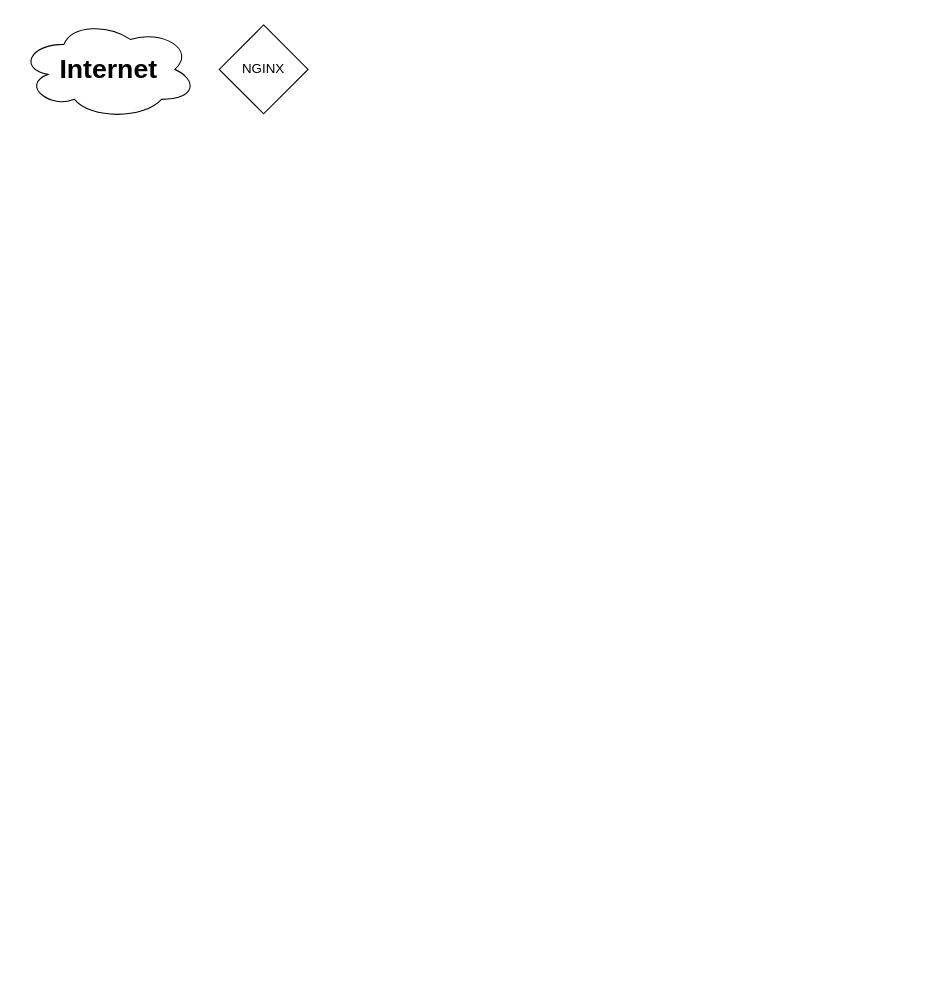
The draw.io diagram trackerr.drawio in icheglakov/diagrams_, before the edit. Source tidied: cells renumbered, new cells numbered last; positions are measured from the earlier drawing's top-left corner, leaving out a move shared by most shapes. Both pictures are drawn from the tidied source at 111%, with x=0, y=0 at pixel (19, 19).
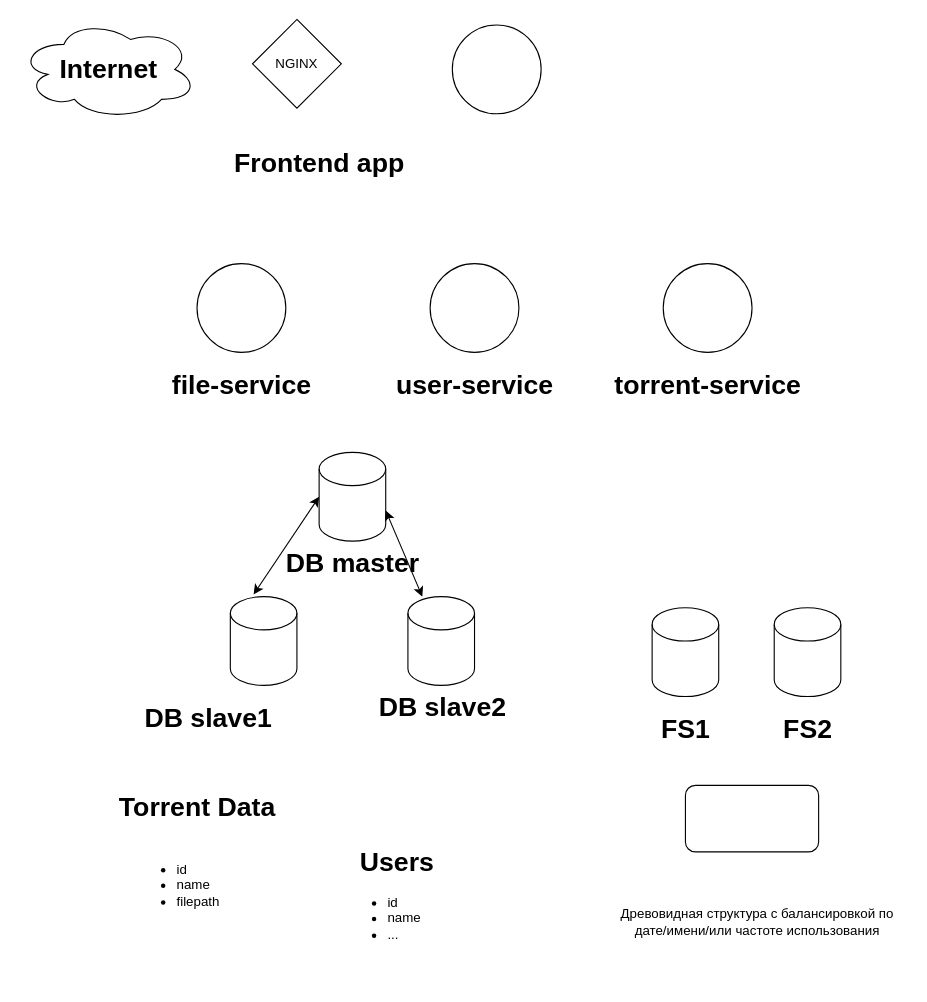
The same page after the edit.

Change to the diagram source:
```diff
@@
     <mxCell id="4" value="NGINX" style="rhombus;whiteSpace=wrap;html=1;" parent="1" vertex="1">
-      <mxGeometry x="180" y="5" width="80" height="80" as="geometry" />
+      <mxGeometry x="210" width="80" height="80" as="geometry" />
     </mxCell>
+    <mxCell id="5" style="shape=cylinder3;whiteSpace=wrap;html=1;boundedLbl=1;backgroundOutline=1;size=15;" parent="1" vertex="1">
+      <mxGeometry x="190" y="520" width="60" height="80" as="geometry" />
+    </mxCell>
+    <mxCell id="6" value="DB slave1" style="text;strokeColor=none;fillColor=none;html=1;fontSize=24;fontStyle=1;verticalAlign=middle;align=center;" parent="1" vertex="1">
+      <mxGeometry x="120" y="610" width="100" height="40" as="geometry" />
+    </mxCell>
+    <mxCell id="7" style="shape=cylinder3;whiteSpace=wrap;html=1;boundedLbl=1;backgroundOutline=1;size=15;" parent="1" vertex="1">
+      <mxGeometry x="680" y="530" width="60" height="80" as="geometry" />
+    </mxCell>
+    <mxCell id="8" value="FS2" style="text;strokeColor=none;fillColor=none;html=1;fontSize=24;fontStyle=1;verticalAlign=middle;align=center;" parent="1" vertex="1">
+      <mxGeometry x="660" y="620" width="100" height="40" as="geometry" />
+    </mxCell>
+    <mxCell id="9" value="Users" style="text;strokeColor=none;fillColor=none;html=1;fontSize=24;fontStyle=1;verticalAlign=middle;align=center;" parent="1" vertex="1">
+      <mxGeometry x="290" y="740" width="100" height="40" as="geometry" />
+    </mxCell>
+    <mxCell id="10" value="&lt;ul&gt;&lt;li&gt;id&lt;/li&gt;&lt;li&gt;name&lt;/li&gt;&lt;li&gt;...&lt;/li&gt;&lt;/ul&gt;" style="text;strokeColor=none;fillColor=none;html=1;whiteSpace=wrap;verticalAlign=middle;overflow=hidden;" parent="1" vertex="1">
+      <mxGeometry x="290" y="770" width="100" height="80" as="geometry" />
+    </mxCell>
+    <mxCell id="11" style="ellipse;whiteSpace=wrap;html=1;" parent="1" vertex="1">
+      <mxGeometry x="390" y="5" width="80" height="80" as="geometry" />
+    </mxCell>
+    <mxCell id="12" value="Frontend app" style="text;strokeColor=none;fillColor=none;html=1;fontSize=24;fontStyle=1;verticalAlign=middle;align=center;" parent="1" vertex="1">
+      <mxGeometry x="220" y="110" width="100" height="40" as="geometry" />
+    </mxCell>
+    <mxCell id="13" value="&lt;ul&gt;&lt;li&gt;id&lt;/li&gt;&lt;li&gt;name&lt;/li&gt;&lt;li&gt;filepath&lt;/li&gt;&lt;/ul&gt;" style="text;strokeColor=none;fillColor=none;html=1;whiteSpace=wrap;verticalAlign=middle;overflow=hidden;" parent="1" vertex="1">
+      <mxGeometry x="100" y="740" width="110" height="80" as="geometry" />
+    </mxCell>
+    <mxCell id="14" value="Torrent Data" style="text;strokeColor=none;fillColor=none;html=1;fontSize=24;fontStyle=1;verticalAlign=middle;align=center;" parent="1" vertex="1">
+      <mxGeometry x="80" y="690" width="160" height="40" as="geometry" />
+    </mxCell>
+    <mxCell id="15" style="shape=cylinder3;whiteSpace=wrap;html=1;boundedLbl=1;backgroundOutline=1;size=15;" parent="1" vertex="1">
+      <mxGeometry x="570" y="530" width="60" height="80" as="geometry" />
+    </mxCell>
+    <mxCell id="16" value="FS1" style="text;strokeColor=none;fillColor=none;html=1;fontSize=24;fontStyle=1;verticalAlign=middle;align=center;" parent="1" vertex="1">
+      <mxGeometry x="550" y="620" width="100" height="40" as="geometry" />
+    </mxCell>
+    <mxCell id="17" style="shape=cylinder3;whiteSpace=wrap;html=1;boundedLbl=1;backgroundOutline=1;size=15;" parent="1" vertex="1">
+      <mxGeometry x="350" y="520" width="60" height="80" as="geometry" />
+    </mxCell>
+    <mxCell id="18" style="shape=cylinder3;whiteSpace=wrap;html=1;boundedLbl=1;backgroundOutline=1;size=15;" parent="1" vertex="1">
+      <mxGeometry x="270" y="390" width="60" height="80" as="geometry" />
+    </mxCell>
+    <mxCell id="19" value="DB master" style="text;strokeColor=none;fillColor=none;html=1;fontSize=24;fontStyle=1;verticalAlign=middle;align=center;" parent="1" vertex="1">
+      <mxGeometry x="250" y="470" width="100" height="40" as="geometry" />
+    </mxCell>
+    <mxCell id="20" value="DB slave2" style="text;strokeColor=none;fillColor=none;html=1;fontSize=24;fontStyle=1;verticalAlign=middle;align=center;" parent="1" vertex="1">
+      <mxGeometry x="331" y="600" width="100" height="40" as="geometry" />
+    </mxCell>
+    <mxCell id="21" style="endArrow=classic;startArrow=classic;html=1;rounded=0;entryX=1;entryY=0;entryDx=0;entryDy=52.5;entryPerimeter=0;" parent="1" edge="1" source="17" target="18">
+      <mxGeometry relative="1" as="geometry" />
+    </mxCell>
+    <mxCell id="22" style="endArrow=classic;startArrow=classic;html=1;rounded=0;entryX=0;entryY=0.5;entryDx=0;entryDy=0;entryPerimeter=0;exitX=0.35;exitY=-0.025;exitDx=0;exitDy=0;exitPerimeter=0;" parent="1" edge="1" source="5" target="18">
+      <mxGeometry relative="1" as="geometry" />
+    </mxCell>
+    <mxCell id="23" style="ellipse;whiteSpace=wrap;html=1;" parent="1" vertex="1">
+      <mxGeometry x="160" y="220" width="80" height="80" as="geometry" />
+    </mxCell>
+    <mxCell id="24" style="ellipse;whiteSpace=wrap;html=1;" parent="1" vertex="1">
+      <mxGeometry x="370" y="220" width="80" height="80" as="geometry" />
+    </mxCell>
+    <mxCell id="25" style="ellipse;whiteSpace=wrap;html=1;" parent="1" vertex="1">
+      <mxGeometry x="580" y="220" width="80" height="80" as="geometry" />
+    </mxCell>
+    <mxCell id="26" style="rounded=1;whiteSpace=wrap;html=1;" parent="1" vertex="1">
+      <mxGeometry x="600" y="690" width="120" height="60" as="geometry" />
+    </mxCell>
+    <mxCell id="27" value="Древовидная структура с балансировкой по дате/имени/или частоте использования" style="text;html=1;strokeColor=none;fillColor=none;align=center;verticalAlign=middle;whiteSpace=wrap;rounded=0;" parent="1" vertex="1">
+      <mxGeometry x="530" y="765" width="270" height="95" as="geometry" />
+    </mxCell>
+    <mxCell id="28" style="edgeStyle=orthogonalEdgeStyle;rounded=0;orthogonalLoop=1;jettySize=auto;html=1;exitX=0.5;exitY=1;exitDx=0;exitDy=0;" parent="1" edge="1" source="27" target="27">
+      <mxGeometry relative="1" as="geometry" />
+    </mxCell>
+    <mxCell id="29" value="file-service" style="text;strokeColor=none;fillColor=none;html=1;fontSize=24;fontStyle=1;verticalAlign=middle;align=center;" parent="1" vertex="1">
+      <mxGeometry x="150" y="310" width="100" height="40" as="geometry" />
+    </mxCell>
+    <mxCell id="30" value="user-service" style="text;strokeColor=none;fillColor=none;html=1;fontSize=24;fontStyle=1;verticalAlign=middle;align=center;" parent="1" vertex="1">
+      <mxGeometry x="360" y="310" width="100" height="40" as="geometry" />
+    </mxCell>
+    <mxCell id="31" value="torrent-service" style="text;strokeColor=none;fillColor=none;html=1;fontSize=24;fontStyle=1;verticalAlign=middle;align=center;" parent="1" vertex="1">
+      <mxGeometry x="570" y="310" width="100" height="40" as="geometry" />
+    </mxCell>
```
